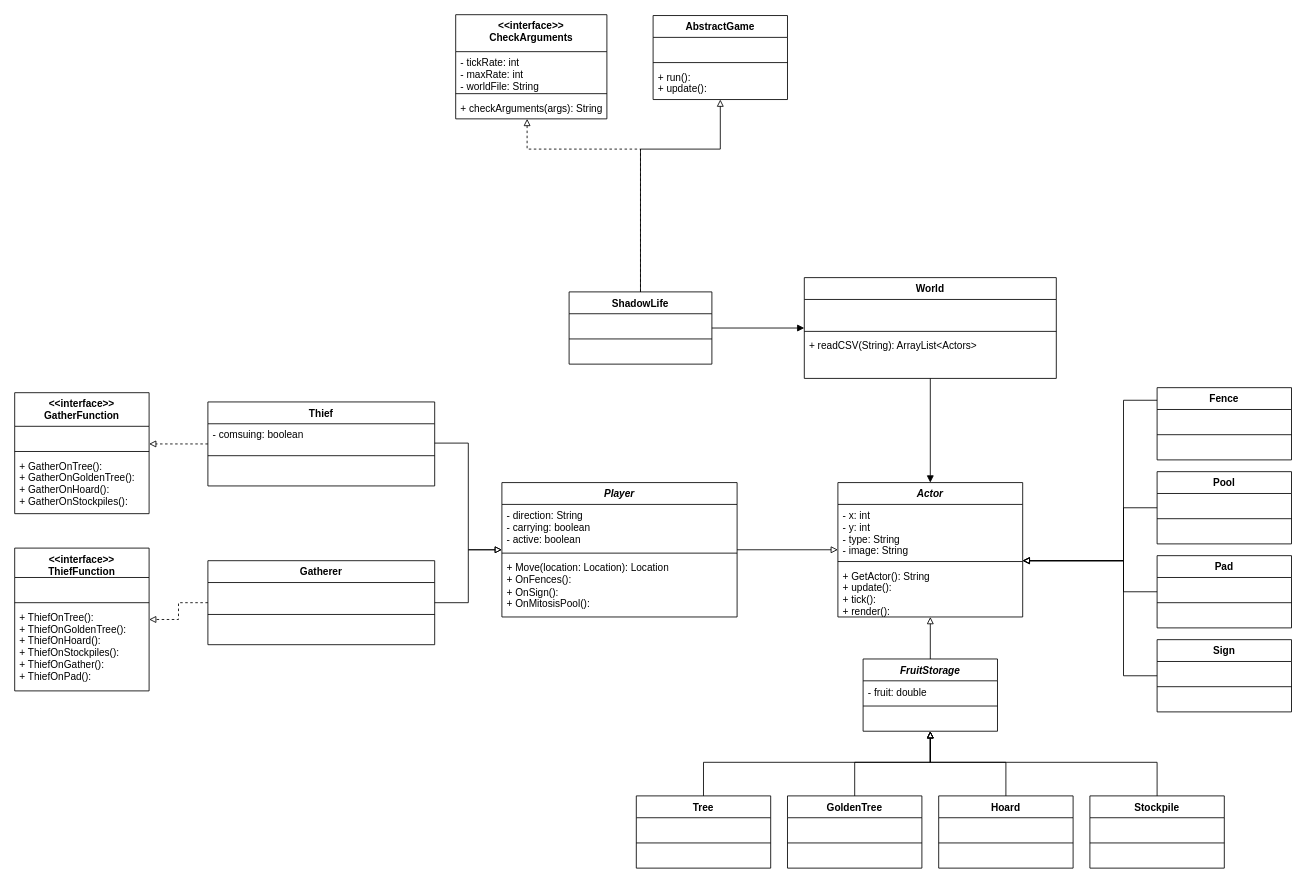
This is jili3-project-2/project2A.drawio from li000839/objectOrientedSoftwareDevelopment, a draw.io file, before an edit. Source tidied: cells renumbered, new cells numbered last; positions are measured from the earlier drawing's top-left corner, leaving out a move shared by most shapes. Both pictures are drawn from the tidied source at 84%, with x=0, y=0 at pixel (14, 14).
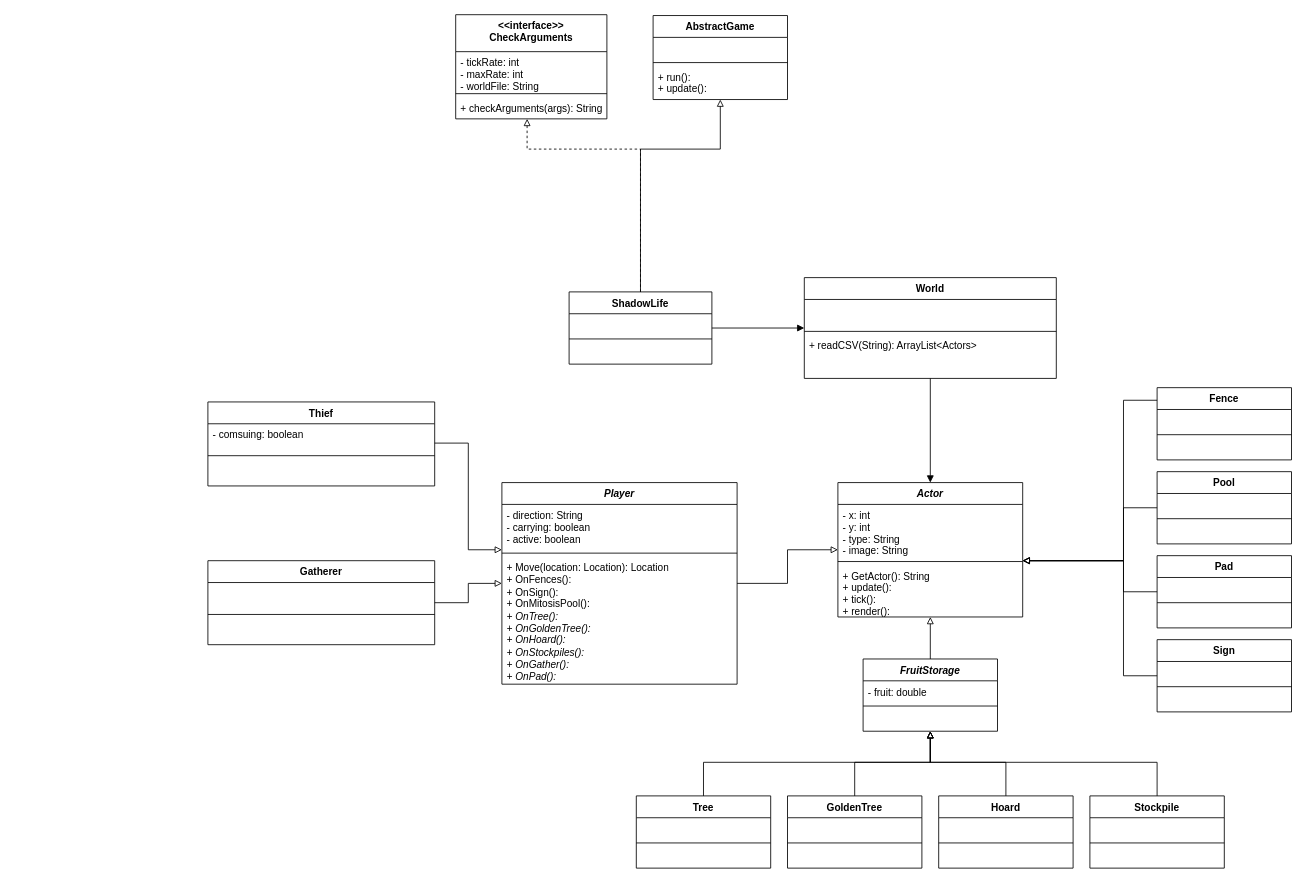
The same diagram, later.

The change refers to these unchanged cells:
```xml
<mxCell id="61" value="Thief" style="swimlane;fontStyle=1;align=center;verticalAlign=top;horizontal=1;startSize=26;" parent="1" vertex="1">
  <mxGeometry x="230" y="461" width="270" height="100" as="geometry" />
</mxCell>
<mxCell id="66" value="Gatherer" style="swimlane;fontStyle=1;align=center;verticalAlign=top;horizontal=1;startSize=26;" parent="1" vertex="1">
  <mxGeometry x="230" y="650" width="270" height="100" as="geometry" />
</mxCell>
```

Change to the diagram source:
```diff
@@
-    <mxCell id="6" style="edgeStyle=orthogonalEdgeStyle;rounded=0;jettySize=auto;html=1;endArrow=block;endFill=0;dashed=1;" parent="1" edge="1" source="61" target="49">
-      <mxGeometry relative="1" as="geometry">
-        <Array as="points">
-          <mxPoint x="160" y="510" />
-          <mxPoint x="160" y="510" />
-        </Array>
-      </mxGeometry>
-    </mxCell>
-    <mxCell id="7" style="edgeStyle=orthogonalEdgeStyle;rounded=0;jettySize=auto;html=1;dashed=1;endArrow=block;endFill=0;" parent="1" edge="1" source="66" target="53">
-      <mxGeometry relative="1" as="geometry" />
-    </mxCell>
@@
-    <mxCell id="49" value="&lt;&lt;interface&gt;&gt;&#10;GatherFunction" style="swimlane;fontStyle=1;align=center;verticalAlign=top;horizontal=1;startSize=40;" parent="1" vertex="1">
-      <mxGeometry y="450" width="160" height="144" as="geometry" />
-    </mxCell>
-    <mxCell id="50" value=" " style="text;strokeColor=none;fillColor=none;align=left;verticalAlign=top;spacingLeft=4;spacingRight=4;overflow=hidden;" parent="49" vertex="1">
-      <mxGeometry y="40" width="160" height="26" as="geometry" />
-    </mxCell>
-    <mxCell id="51" style="line;strokeWidth=1;fillColor=none;align=left;verticalAlign=middle;spacingTop=-1;spacingLeft=3;spacingRight=3;labelPosition=right;" parent="49" vertex="1">
-      <mxGeometry y="66" width="160" height="8" as="geometry" />
-    </mxCell>
-    <mxCell id="52" value="+ GatherOnTree(): &#10;+ GatherOnGoldenTree(): &#10;+ GatherOnHoard(): &#10;+ GatherOnStockpiles():&#10;" style="text;strokeColor=none;fillColor=none;align=left;verticalAlign=top;spacingLeft=4;spacingRight=4;overflow=hidden;" parent="49" vertex="1">
-      <mxGeometry y="74" width="160" height="70" as="geometry" />
-    </mxCell>
-    <mxCell id="53" value="&lt;&lt;interface&gt;&gt;&#10;ThiefFunction" style="swimlane;fontStyle=1;align=center;verticalAlign=top;horizontal=1;startSize=35;" parent="1" vertex="1">
-      <mxGeometry y="635" width="160" height="170" as="geometry" />
-    </mxCell>
-    <mxCell id="54" value=" " style="text;strokeColor=none;fillColor=none;align=left;verticalAlign=top;spacingLeft=4;spacingRight=4;overflow=hidden;" parent="53" vertex="1">
-      <mxGeometry y="35" width="160" height="26" as="geometry" />
-    </mxCell>
-    <mxCell id="55" style="line;strokeWidth=1;fillColor=none;align=left;verticalAlign=middle;spacingTop=-1;spacingLeft=3;spacingRight=3;labelPosition=right;" parent="53" vertex="1">
-      <mxGeometry y="61" width="160" height="8" as="geometry" />
-    </mxCell>
-    <mxCell id="56" value="+ ThiefOnTree(): &#10;+ ThiefOnGoldenTree(): &#10;+ ThiefOnHoard(): &#10;+ ThiefOnStockpiles():&#10;+ ThiefOnGather():&#10;+ ThiefOnPad(): &#10;" style="text;strokeColor=none;fillColor=none;align=left;verticalAlign=top;spacingLeft=4;spacingRight=4;overflow=hidden;" parent="53" vertex="1">
-      <mxGeometry y="69" width="160" height="101" as="geometry" />
-    </mxCell>
     <mxCell id="57" value="Player" style="swimlane;fontStyle=3;align=center;verticalAlign=top;horizontal=1;startSize=26;" parent="1" vertex="1">
-      <mxGeometry x="580" y="557" width="280" height="160" as="geometry" />
+      <mxGeometry x="580" y="557" width="280" height="240" as="geometry" />
     </mxCell>
@@
-    <mxCell id="60" value="+ Move(location: Location): Location&lt;br&gt;+ OnFences():&amp;nbsp;&lt;br&gt;+ OnSign():&amp;nbsp;&amp;nbsp;&lt;br&gt;+ OnMitosisPool():&amp;nbsp;" style="text;strokeColor=none;fillColor=none;align=left;verticalAlign=top;spacingLeft=4;spacingRight=4;overflow=hidden;html=1;" parent="57" vertex="1">
-      <mxGeometry y="88" width="280" height="72" as="geometry" />
+    <mxCell id="60" value="+ Move(location: Location): Location&lt;br&gt;+ OnFences():&amp;nbsp;&lt;br&gt;+ OnSign():&amp;nbsp;&amp;nbsp;&lt;br&gt;+ OnMitosisPool():&amp;nbsp;&lt;br&gt;&lt;i&gt;+ OnTree():&amp;nbsp;&lt;br style=&quot;padding: 0px ; margin: 0px&quot;&gt;+ OnGoldenTree():&amp;nbsp;&lt;br style=&quot;padding: 0px ; margin: 0px&quot;&gt;+ OnHoard():&amp;nbsp;&lt;br style=&quot;padding: 0px ; margin: 0px&quot;&gt;+ OnStockpiles():&lt;br style=&quot;padding: 0px ; margin: 0px&quot;&gt;+ OnGather():&lt;br style=&quot;padding: 0px ; margin: 0px&quot;&gt;+ OnPad():&amp;nbsp;&lt;/i&gt;&lt;div style=&quot;padding: 0px ; margin: 0px&quot;&gt;&lt;br style=&quot;padding: 0px ; margin: 0px&quot;&gt;&lt;/div&gt;" style="text;strokeColor=none;fillColor=none;align=left;verticalAlign=top;spacingLeft=4;spacingRight=4;overflow=hidden;html=1;" parent="57" vertex="1">
+      <mxGeometry y="88" width="280" height="152" as="geometry" />
     </mxCell>
```
